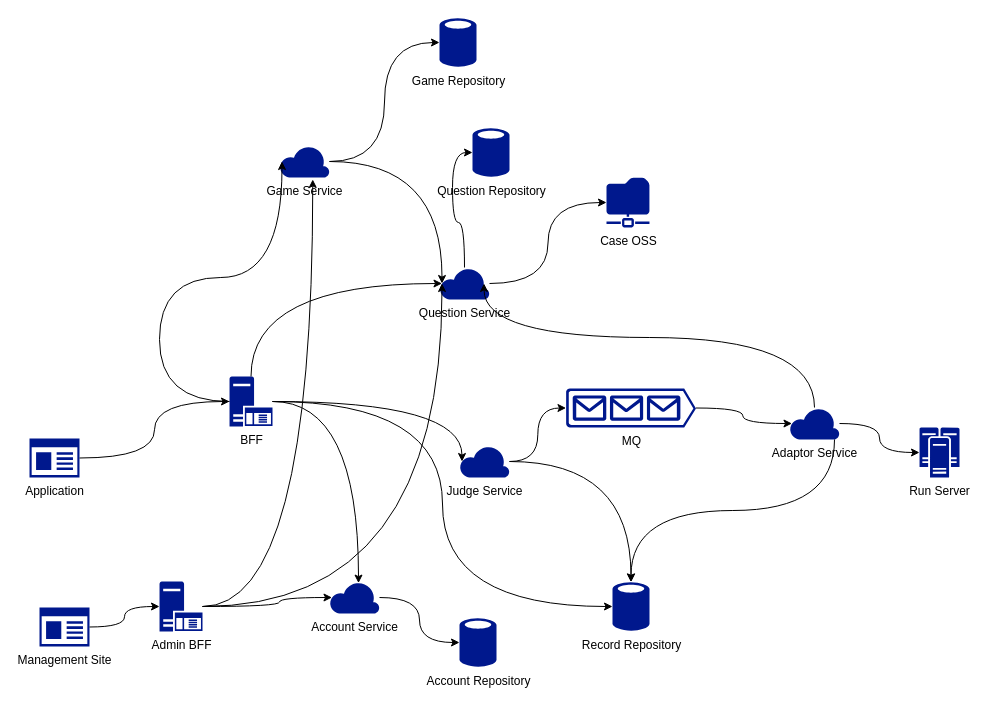
Above: map/oj-architecture.drawio in msqtt/Sources (draw.io), before the change. Source tidied: cells renumbered, new cells numbered last; positions are measured from the earlier drawing's top-left corner, leaving out a move shared by most shapes. Both pictures are drawn from the tidied source at 100%, with x=0, y=0 at pixel (29, 17).
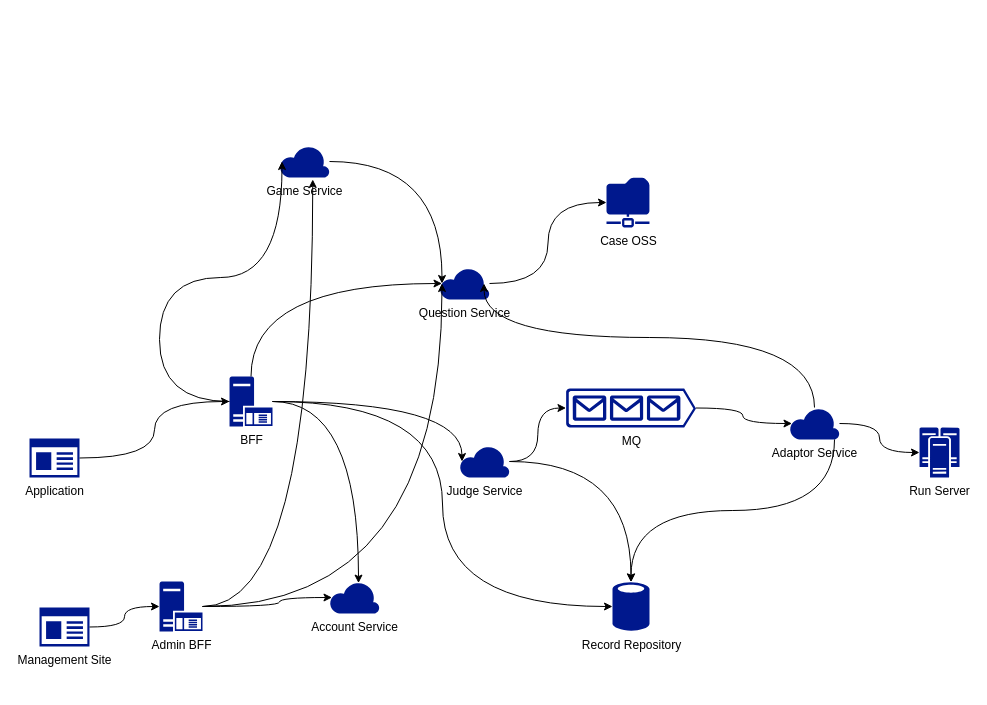
The same page after the edit.

Unchanged cells that the change refers to:
```xml
<mxCell id="16" value="Question Service" style="sketch=0;shadow=0;dashed=0;html=1;strokeColor=none;labelPosition=center;verticalLabelPosition=bottom;verticalAlign=top;align=center;fillColor=#00188D;shape=mxgraph.azure.cloud;" parent="1" vertex="1">
  <mxGeometry x="410" y="250" width="50" height="32" as="geometry" />
</mxCell>
<mxCell id="24" value="Account Service" style="sketch=0;shadow=0;dashed=0;html=1;strokeColor=none;labelPosition=center;verticalLabelPosition=bottom;verticalAlign=top;align=center;fillColor=#00188D;shape=mxgraph.azure.cloud;" parent="1" vertex="1">
  <mxGeometry x="300" y="564" width="50" height="32" as="geometry" />
</mxCell>
<mxCell id="28" value="Game Service" style="sketch=0;shadow=0;dashed=0;html=1;strokeColor=none;labelPosition=center;verticalLabelPosition=bottom;verticalAlign=top;align=center;fillColor=#00188D;shape=mxgraph.azure.cloud;" parent="1" vertex="1">
  <mxGeometry x="250" y="128" width="50" height="32" as="geometry" />
</mxCell>
```

Change to the diagram source:
```diff
@@
-    <mxCell id="20" value="Question Repository" style="sketch=0;shadow=0;dashed=0;html=1;strokeColor=none;labelPosition=center;verticalLabelPosition=bottom;verticalAlign=top;align=center;fillColor=#00188D;shape=mxgraph.mscae.enterprise.database_generic;" parent="1" vertex="1">
-      <mxGeometry x="443" y="110" width="37" height="50" as="geometry" />
-    </mxCell>
-    <mxCell id="21" style="edgeStyle=orthogonalEdgeStyle;rounded=0;jettySize=auto;html=1;entryX=0;entryY=0.5;entryDx=0;entryDy=0;entryPerimeter=0;curved=1;" parent="1" edge="1" source="16" target="20">
-      <mxGeometry relative="1" as="geometry" />
-    </mxCell>
@@
-    <mxCell id="25" value="Account Repository" style="sketch=0;shadow=0;dashed=0;html=1;strokeColor=none;labelPosition=center;verticalLabelPosition=bottom;verticalAlign=top;align=center;fillColor=#00188D;shape=mxgraph.mscae.enterprise.database_generic;" parent="1" vertex="1">
-      <mxGeometry x="430" y="600" width="37" height="50" as="geometry" />
-    </mxCell>
-    <mxCell id="26" style="edgeStyle=orthogonalEdgeStyle;rounded=0;jettySize=auto;html=1;entryX=0;entryY=0.5;entryDx=0;entryDy=0;entryPerimeter=0;curved=1;" parent="1" edge="1" source="24" target="25">
-      <mxGeometry relative="1" as="geometry" />
-    </mxCell>
@@
-    <mxCell id="29" value="Game Repository" style="sketch=0;shadow=0;dashed=0;html=1;strokeColor=none;labelPosition=center;verticalLabelPosition=bottom;verticalAlign=top;align=center;fillColor=#00188D;shape=mxgraph.mscae.enterprise.database_generic;" parent="1" vertex="1">
-      <mxGeometry x="410" width="37" height="50" as="geometry" />
-    </mxCell>
-    <mxCell id="30" style="edgeStyle=orthogonalEdgeStyle;rounded=0;jettySize=auto;html=1;entryX=0;entryY=0.5;entryDx=0;entryDy=0;entryPerimeter=0;curved=1;" parent="1" edge="1" source="28" target="29">
-      <mxGeometry relative="1" as="geometry" />
-    </mxCell>
```
